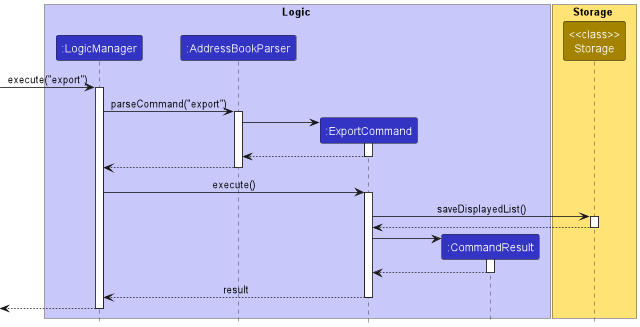
nus-cs2103-AY2223S1/tp keeps this PlantUML diagram as docs/images/ExportSequenceDiagram.png. Above is the earlier version. Its diagram source:
```plantuml
@startuml
!include style.puml

box Logic LOGIC_COLOR_T1
participant ":LogicManager" as LogicManager LOGIC_COLOR
participant ":AddressBookParser" as AddressBookParser LOGIC_COLOR
participant ":ExportCommand" as ExportCommand LOGIC_COLOR
participant ":CommandResult" as CommandResult LOGIC_COLOR
end box

box Storage STORAGE_COLOR_T1
participant "<<class>>\nStorage" as Storage STORAGE_COLOR
end box

[-> LogicManager : execute("export")
activate LogicManager

LogicManager -> AddressBookParser : parseCommand("export")
activate AddressBookParser

create ExportCommand
AddressBookParser -> ExportCommand
activate ExportCommand

ExportCommand --> AddressBookParser :
deactivate ExportCommand

AddressBookParser --> LogicManager :
deactivate AddressBookParser

LogicManager -> ExportCommand : execute()
activate ExportCommand

ExportCommand -> Storage : saveDisplayedList()
activate Storage

Storage --> ExportCommand
deactivate Storage


create CommandResult
ExportCommand -> CommandResult
activate CommandResult

CommandResult --> ExportCommand
deactivate CommandResult

ExportCommand --> LogicManager : result
deactivate ExportCommand

[<--LogicManager
deactivate LogicManager
@enduml
```
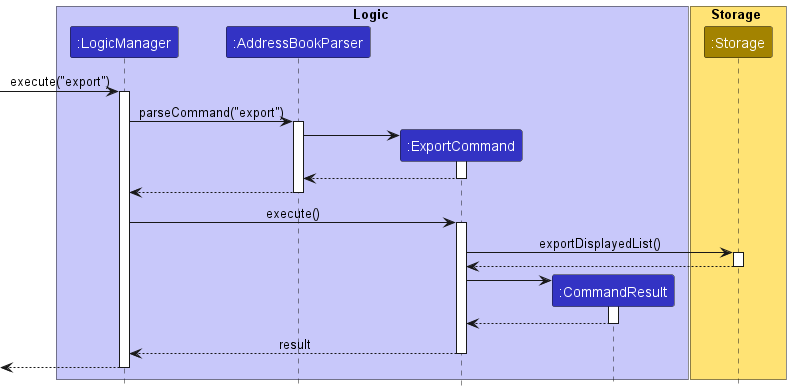
Above is the later version.

Commit message:
Edit DG to match the updated implementation

What changed in the source:
```diff
@@ -9,7 +9,7 @@
 end box
 
 box Storage STORAGE_COLOR_T1
-participant "<<class>>\nStorage" as Storage STORAGE_COLOR
+participant ":Storage" as Storage STORAGE_COLOR
 end box
 
 [-> LogicManager : execute("export")
@@ -31,7 +31,7 @@
 LogicManager -> ExportCommand : execute()
 activate ExportCommand
 
-ExportCommand -> Storage : saveDisplayedList()
+ExportCommand -> Storage : exportDisplayedList()
 activate Storage
 
 Storage --> ExportCommand
```
